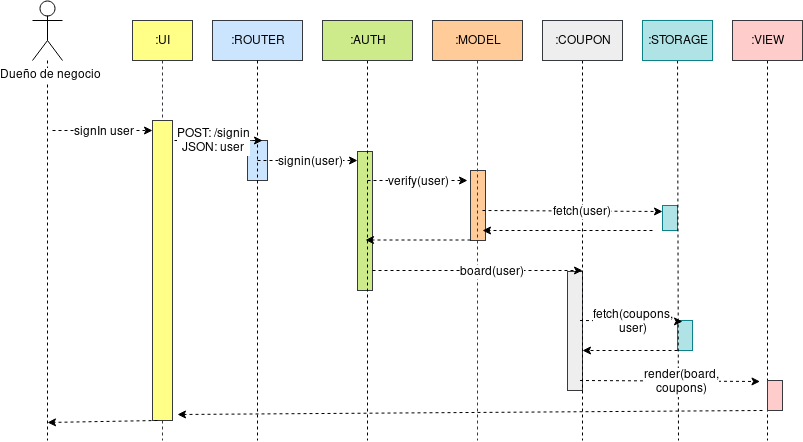
This is diagrams/Sequence-PostSignIn.png from cs2901/yape-bcp-project-yapepoints, a draw.io export, as it was before one commit. Source tidied: cells renumbered, new cells last; positions are measured from the earlier drawing's top-left corner, leaving out a move shared by most shapes. Its diagram source:
```xml
<mxGraphModel>
  <root>
    <mxCell id="0" />
    <mxCell id="1" parent="0" />
    <mxCell id="2" style="rounded=0;whiteSpace=wrap;html=1;fillColor=#eeeeee;strokeColor=#36393d;" parent="1" vertex="1">
      <mxGeometry x="535" y="271" width="15" height="119" as="geometry" />
    </mxCell>
    <mxCell id="3" style="rounded=0;whiteSpace=wrap;html=1;fillColor=#b0e3e6;strokeColor=#0e8088;" parent="1" vertex="1">
      <mxGeometry x="645" y="320" width="15" height="30" as="geometry" />
    </mxCell>
    <mxCell id="4" style="rounded=0;whiteSpace=wrap;html=1;fillColor=#b0e3e6;strokeColor=#0e8088;" parent="1" vertex="1">
      <mxGeometry x="630" y="205" width="15" height="25" as="geometry" />
    </mxCell>
    <mxCell id="5" style="rounded=0;whiteSpace=wrap;html=1;fillColor=#ffcc99;strokeColor=#36393d;" parent="1" vertex="1">
      <mxGeometry x="438" y="170" width="15" height="70" as="geometry" />
    </mxCell>
    <mxCell id="6" style="rounded=0;whiteSpace=wrap;html=1;fillColor=#cdeb8b;strokeColor=#36393d;" parent="1" vertex="1">
      <mxGeometry x="325" y="151" width="15" height="139" as="geometry" />
    </mxCell>
    <mxCell id="7" style="rounded=0;whiteSpace=wrap;html=1;fillColor=#cce5ff;strokeColor=#36393d;" parent="1" vertex="1">
      <mxGeometry x="215" y="140" width="20" height="40" as="geometry" />
    </mxCell>
    <mxCell id="8" style="edgeStyle=none;rounded=0;jettySize=auto;html=1;dashed=1;endArrow=none;endFill=0;" parent="1" edge="1" source="9">
      <mxGeometry relative="1" as="geometry">
        <mxPoint x="15" y="440" as="targetPoint" />
      </mxGeometry>
    </mxCell>
    <mxCell id="9" value="Dueño de negocio" style="shape=umlActor;verticalLabelPosition=bottom;labelBackgroundColor=#ffffff;verticalAlign=top;html=1;outlineConnect=0;" parent="1" vertex="1">
      <mxGeometry width="30" height="60" as="geometry" />
    </mxCell>
    <mxCell id="10" value=":UI" style="rounded=0;whiteSpace=wrap;html=1;fillColor=#ffff88;strokeColor=#36393d;" parent="1" vertex="1">
      <mxGeometry x="100" y="20" width="60" height="40" as="geometry" />
    </mxCell>
    <mxCell id="11" value=":ROUTER" style="rounded=0;whiteSpace=wrap;html=1;fillColor=#cce5ff;strokeColor=#36393d;" parent="1" vertex="1">
      <mxGeometry x="180" y="20" width="90" height="40" as="geometry" />
    </mxCell>
    <mxCell id="12" style="edgeStyle=none;rounded=0;jettySize=auto;html=1;dashed=1;endArrow=none;endFill=0;" parent="1" edge="1" source="13">
      <mxGeometry relative="1" as="geometry">
        <mxPoint x="335" y="440" as="targetPoint" />
      </mxGeometry>
    </mxCell>
    <mxCell id="13" value=":AUTH" style="rounded=0;whiteSpace=wrap;html=1;fillColor=#cdeb8b;strokeColor=#36393d;" parent="1" vertex="1">
      <mxGeometry x="290" y="20" width="90" height="40" as="geometry" />
    </mxCell>
    <mxCell id="14" style="edgeStyle=none;rounded=0;jettySize=auto;html=1;dashed=1;endArrow=none;endFill=0;fillColor=#ffcc99;strokeColor=#36393d;" parent="1" edge="1" source="15">
      <mxGeometry relative="1" as="geometry">
        <mxPoint x="445" y="440" as="targetPoint" />
      </mxGeometry>
    </mxCell>
    <mxCell id="15" value=":MODEL" style="rounded=0;whiteSpace=wrap;html=1;fillColor=#ffcc99;strokeColor=#36393d;" parent="1" vertex="1">
      <mxGeometry x="400" y="20" width="90" height="40" as="geometry" />
    </mxCell>
    <mxCell id="16" style="edgeStyle=none;rounded=0;jettySize=auto;html=1;dashed=1;endArrow=none;endFill=0;" parent="1" edge="1" source="17">
      <mxGeometry relative="1" as="geometry">
        <mxPoint x="550" y="440" as="targetPoint" />
      </mxGeometry>
    </mxCell>
    <mxCell id="17" value=":COUPON" style="rounded=0;whiteSpace=wrap;html=1;fillColor=#eeeeee;strokeColor=#36393d;" parent="1" vertex="1">
      <mxGeometry x="510" y="20" width="80" height="40" as="geometry" />
    </mxCell>
    <mxCell id="18" style="edgeStyle=none;rounded=0;jettySize=auto;html=1;dashed=1;endArrow=none;endFill=0;" parent="1" edge="1" source="19">
      <mxGeometry relative="1" as="geometry">
        <mxPoint x="646" y="440" as="targetPoint" />
      </mxGeometry>
    </mxCell>
    <mxCell id="19" value=":STORAGE" style="rounded=0;whiteSpace=wrap;html=1;fillColor=#b0e3e6;strokeColor=#0e8088;" parent="1" vertex="1">
      <mxGeometry x="610" y="20" width="70" height="40" as="geometry" />
    </mxCell>
    <mxCell id="20" style="endArrow=classic;html=1;dashed=1;" parent="1" edge="1">
      <mxGeometry relative="1" as="geometry">
        <mxPoint x="20" y="130" as="sourcePoint" />
        <mxPoint x="120" y="130" as="targetPoint" />
      </mxGeometry>
    </mxCell>
    <mxCell id="21" value="signIn user" style="text;html=1;align=center;verticalAlign=middle;labelBackgroundColor=#ffffff;" parent="20" vertex="1">
      <mxGeometry x="0.22" y="-1" relative="1" as="geometry">
        <mxPoint x="-11" y="-1" as="offset" />
      </mxGeometry>
    </mxCell>
    <mxCell id="22" style="endArrow=classic;html=1;dashed=1;" parent="1" edge="1">
      <mxGeometry relative="1" as="geometry">
        <mxPoint x="130" y="140" as="sourcePoint" />
        <mxPoint x="230" y="140" as="targetPoint" />
      </mxGeometry>
    </mxCell>
    <mxCell id="23" value="&lt;div&gt;POST: /signin&lt;/div&gt;&lt;div&gt;JSON: user&lt;br&gt;&lt;/div&gt;" style="text;html=1;align=center;verticalAlign=middle;labelBackgroundColor=#ffffff;" parent="22" vertex="1">
      <mxGeometry x="0.22" y="-1" relative="1" as="geometry">
        <mxPoint x="-11" y="-1" as="offset" />
      </mxGeometry>
    </mxCell>
    <mxCell id="24" style="endArrow=classic;html=1;dashed=1;" parent="1" edge="1">
      <mxGeometry relative="1" as="geometry">
        <mxPoint x="225" y="160" as="sourcePoint" />
        <mxPoint x="325" y="160" as="targetPoint" />
      </mxGeometry>
    </mxCell>
    <mxCell id="25" value="signin(user)" style="text;html=1;align=center;verticalAlign=middle;labelBackgroundColor=#ffffff;" parent="24" vertex="1">
      <mxGeometry x="0.22" y="-1" relative="1" as="geometry">
        <mxPoint x="-11" y="-1" as="offset" />
      </mxGeometry>
    </mxCell>
    <mxCell id="26" style="endArrow=classic;html=1;dashed=1;" parent="1" edge="1">
      <mxGeometry relative="1" as="geometry">
        <mxPoint x="335" y="180" as="sourcePoint" />
        <mxPoint x="435" y="180" as="targetPoint" />
      </mxGeometry>
    </mxCell>
    <mxCell id="27" value="verify(user)" style="text;html=1;align=center;verticalAlign=middle;labelBackgroundColor=#ffffff;" parent="26" vertex="1">
      <mxGeometry x="0.22" y="-1" relative="1" as="geometry">
        <mxPoint x="-11" y="-1" as="offset" />
      </mxGeometry>
    </mxCell>
    <mxCell id="28" style="endArrow=classic;html=1;dashed=1;entryX=0;entryY=0.25;entryDx=0;entryDy=0;" parent="1" edge="1" target="4">
      <mxGeometry relative="1" as="geometry">
        <mxPoint x="450" y="210" as="sourcePoint" />
      </mxGeometry>
    </mxCell>
    <mxCell id="29" value="fetch(user)" style="text;html=1;align=center;verticalAlign=middle;labelBackgroundColor=#ffffff;" parent="28" vertex="1">
      <mxGeometry x="0.22" y="-1" relative="1" as="geometry">
        <mxPoint x="-11" y="-1" as="offset" />
      </mxGeometry>
    </mxCell>
    <mxCell id="30" style="endArrow=classic;html=1;dashed=1;entryX=0.8;entryY=0.857;entryDx=0;entryDy=0;entryPerimeter=0;" parent="1" edge="1" target="5">
      <mxGeometry relative="1" as="geometry">
        <mxPoint x="620" y="230" as="sourcePoint" />
      </mxGeometry>
    </mxCell>
    <mxCell id="31" style="endArrow=classic;html=1;dashed=1;" parent="1" edge="1">
      <mxGeometry relative="1" as="geometry">
        <mxPoint x="438" y="239.5" as="sourcePoint" />
        <mxPoint x="333" y="239.5" as="targetPoint" />
      </mxGeometry>
    </mxCell>
    <mxCell id="32" style="edgeStyle=none;rounded=0;jettySize=auto;html=1;dashed=1;endArrow=none;endFill=0;" parent="1" edge="1" source="11">
      <mxGeometry relative="1" as="geometry">
        <mxPoint x="225" y="440" as="targetPoint" />
      </mxGeometry>
    </mxCell>
    <mxCell id="33" style="rounded=0;jettySize=auto;html=1;dashed=1;fillColor=#ffff88;strokeColor=#36393d;endArrow=none;endFill=0;" parent="1" edge="1" source="10">
      <mxGeometry relative="1" as="geometry">
        <mxPoint x="130" y="440" as="targetPoint" />
      </mxGeometry>
    </mxCell>
    <mxCell id="34" style="rounded=0;whiteSpace=wrap;html=1;fillColor=#ffff88;strokeColor=#36393d;" parent="1" vertex="1">
      <mxGeometry x="120" y="120" width="20" height="300" as="geometry" />
    </mxCell>
    <mxCell id="35" style="edgeStyle=orthogonalEdgeStyle;rounded=0;jettySize=auto;html=1;endArrow=none;endFill=0;dashed=1;" parent="1" edge="1" source="36">
      <mxGeometry relative="1" as="geometry">
        <mxPoint x="735" y="440" as="targetPoint" />
      </mxGeometry>
    </mxCell>
    <mxCell id="36" value=":VIEW" style="rounded=0;whiteSpace=wrap;html=1;fillColor=#ffcccc;strokeColor=#36393d;" parent="1" vertex="1">
      <mxGeometry x="700" y="20" width="70" height="40" as="geometry" />
    </mxCell>
    <mxCell id="37" style="endArrow=classic;html=1;dashed=1;" parent="1" edge="1">
      <mxGeometry relative="1" as="geometry">
        <mxPoint x="340" y="270" as="sourcePoint" />
        <mxPoint x="550" y="270" as="targetPoint" />
      </mxGeometry>
    </mxCell>
    <mxCell id="38" value="board(user)" style="text;html=1;align=center;verticalAlign=middle;labelBackgroundColor=#ffffff;" parent="37" vertex="1">
      <mxGeometry x="0.22" y="-1" relative="1" as="geometry">
        <mxPoint x="-11" y="-1" as="offset" />
      </mxGeometry>
    </mxCell>
    <mxCell id="39" style="endArrow=classic;html=1;dashed=1;" parent="1" edge="1">
      <mxGeometry relative="1" as="geometry">
        <mxPoint x="547.5" y="320" as="sourcePoint" />
        <mxPoint x="650" y="321" as="targetPoint" />
      </mxGeometry>
    </mxCell>
    <mxCell id="40" value="fetch(coupons,&lt;br&gt; user)" style="text;html=1;align=center;verticalAlign=middle;labelBackgroundColor=#ffffff;" parent="39" vertex="1">
      <mxGeometry x="0.22" y="-1" relative="1" as="geometry">
        <mxPoint x="-11" y="-1" as="offset" />
      </mxGeometry>
    </mxCell>
    <mxCell id="41" style="endArrow=classic;html=1;dashed=1;" parent="1" edge="1">
      <mxGeometry relative="1" as="geometry">
        <mxPoint x="645" y="350" as="sourcePoint" />
        <mxPoint x="550" y="350" as="targetPoint" />
      </mxGeometry>
    </mxCell>
    <mxCell id="42" style="endArrow=classic;html=1;dashed=1;entryX=0;entryY=0.25;entryDx=0;entryDy=0;" parent="1" edge="1">
      <mxGeometry relative="1" as="geometry">
        <mxPoint x="547.5" y="380" as="sourcePoint" />
        <mxPoint x="727.5" y="381" as="targetPoint" />
      </mxGeometry>
    </mxCell>
    <mxCell id="43" value="render(board,&lt;br&gt;coupons)" style="text;html=1;align=center;verticalAlign=middle;labelBackgroundColor=#ffffff;" parent="42" vertex="1">
      <mxGeometry x="0.22" y="-1" relative="1" as="geometry">
        <mxPoint x="-11" y="-1" as="offset" />
      </mxGeometry>
    </mxCell>
    <mxCell id="44" style="endArrow=classic;html=1;dashed=1;entryX=1.25;entryY=0.98;entryDx=0;entryDy=0;entryPerimeter=0;" parent="1" edge="1" target="34">
      <mxGeometry relative="1" as="geometry">
        <mxPoint x="730" y="410" as="sourcePoint" />
      </mxGeometry>
    </mxCell>
    <mxCell id="45" style="rounded=0;whiteSpace=wrap;html=1;fillColor=#ffcccc;strokeColor=#36393d;" parent="1" vertex="1">
      <mxGeometry x="735" y="380" width="15" height="30" as="geometry" />
    </mxCell>
    <mxCell id="46" style="endArrow=classic;html=1;dashed=1;entryX=1.25;entryY=0.98;entryDx=0;entryDy=0;entryPerimeter=0;exitX=0.25;exitY=1;exitDx=0;exitDy=0;" parent="1" edge="1" source="34">
      <mxGeometry relative="1" as="geometry">
        <mxPoint x="15" y="422" as="targetPoint" />
      </mxGeometry>
    </mxCell>
  </root>
</mxGraphModel>
```
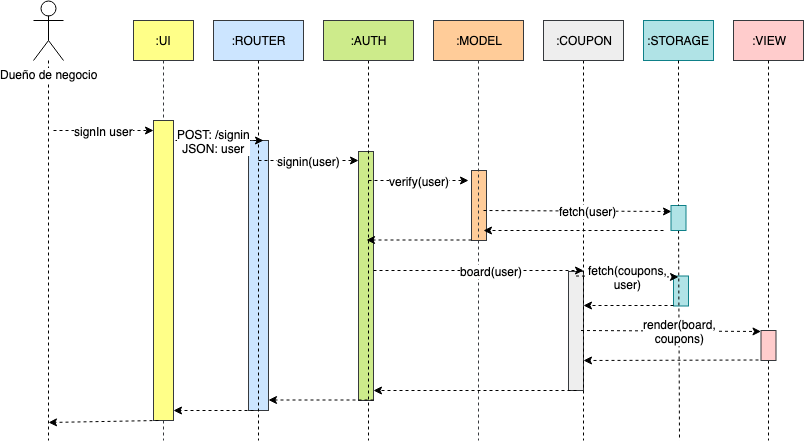
The same diagram one commit later.

Commit message:
Corrected sequence diagrams

Change to the diagram source:
```diff
@@ -6,19 +6,16 @@
       <mxGeometry x="535" y="271" width="15" height="119" as="geometry" />
     </mxCell>
     <mxCell id="3" style="rounded=0;whiteSpace=wrap;html=1;fillColor=#b0e3e6;strokeColor=#0e8088;" parent="1" vertex="1">
-      <mxGeometry x="645" y="320" width="15" height="30" as="geometry" />
+      <mxGeometry x="640" y="275.5" width="15" height="30" as="geometry" />
     </mxCell>
-    <mxCell id="4" style="rounded=0;whiteSpace=wrap;html=1;fillColor=#b0e3e6;strokeColor=#0e8088;" parent="1" vertex="1">
-      <mxGeometry x="630" y="205" width="15" height="25" as="geometry" />
-    </mxCell>
     <mxCell id="5" style="rounded=0;whiteSpace=wrap;html=1;fillColor=#ffcc99;strokeColor=#36393d;" parent="1" vertex="1">
       <mxGeometry x="438" y="170" width="15" height="70" as="geometry" />
     </mxCell>
     <mxCell id="6" style="rounded=0;whiteSpace=wrap;html=1;fillColor=#cdeb8b;strokeColor=#36393d;" parent="1" vertex="1">
-      <mxGeometry x="325" y="151" width="15" height="139" as="geometry" />
+      <mxGeometry x="325" y="151" width="15" height="249" as="geometry" />
     </mxCell>
     <mxCell id="7" style="rounded=0;whiteSpace=wrap;html=1;fillColor=#cce5ff;strokeColor=#36393d;" parent="1" vertex="1">
-      <mxGeometry x="215" y="140" width="20" height="40" as="geometry" />
+      <mxGeometry x="215" y="140" width="20" height="270" as="geometry" />
     </mxCell>
     <mxCell id="8" style="edgeStyle=none;rounded=0;jettySize=auto;html=1;dashed=1;endArrow=none;endFill=0;" parent="1" edge="1" source="9">
       <mxGeometry relative="1" as="geometry">
@@ -58,7 +55,7 @@
     <mxCell id="17" value=":COUPON" style="rounded=0;whiteSpace=wrap;html=1;fillColor=#eeeeee;strokeColor=#36393d;" parent="1" vertex="1">
       <mxGeometry x="510" y="20" width="80" height="40" as="geometry" />
     </mxCell>
-    <mxCell id="18" style="edgeStyle=none;rounded=0;jettySize=auto;html=1;dashed=1;endArrow=none;endFill=0;" parent="1" edge="1" source="19">
+    <mxCell id="18" style="edgeStyle=none;rounded=0;jettySize=auto;html=1;dashed=1;endArrow=none;endFill=0;" parent="1" edge="1" source="4">
       <mxGeometry relative="1" as="geometry">
         <mxPoint x="646" y="440" as="targetPoint" />
       </mxGeometry>
@@ -122,7 +119,7 @@
     </mxCell>
     <mxCell id="30" style="endArrow=classic;html=1;dashed=1;entryX=0.8;entryY=0.857;entryDx=0;entryDy=0;entryPerimeter=0;" parent="1" edge="1" target="5">
       <mxGeometry relative="1" as="geometry">
-        <mxPoint x="620" y="230" as="sourcePoint" />
+        <mxPoint x="630" y="230" as="sourcePoint" />
       </mxGeometry>
     </mxCell>
     <mxCell id="31" style="endArrow=classic;html=1;dashed=1;" parent="1" edge="1">
@@ -144,7 +141,7 @@
     <mxCell id="34" style="rounded=0;whiteSpace=wrap;html=1;fillColor=#ffff88;strokeColor=#36393d;" parent="1" vertex="1">
       <mxGeometry x="120" y="120" width="20" height="300" as="geometry" />
     </mxCell>
-    <mxCell id="35" style="edgeStyle=orthogonalEdgeStyle;rounded=0;jettySize=auto;html=1;endArrow=none;endFill=0;dashed=1;" parent="1" edge="1" source="36">
+    <mxCell id="35" style="edgeStyle=orthogonalEdgeStyle;rounded=0;jettySize=auto;html=1;endArrow=none;endFill=0;dashed=1;" parent="1" edge="1" source="45">
       <mxGeometry relative="1" as="geometry">
         <mxPoint x="735" y="440" as="targetPoint" />
       </mxGeometry>
@@ -165,8 +162,8 @@
     </mxCell>
     <mxCell id="39" style="endArrow=classic;html=1;dashed=1;" parent="1" edge="1">
       <mxGeometry relative="1" as="geometry">
-        <mxPoint x="547.5" y="320" as="sourcePoint" />
-        <mxPoint x="650" y="321" as="targetPoint" />
+        <mxPoint x="542.5" y="275.5" as="sourcePoint" />
+        <mxPoint x="645" y="276.5" as="targetPoint" />
       </mxGeometry>
     </mxCell>
     <mxCell id="40" value="fetch(coupons,&lt;br&gt; user)" style="text;html=1;align=center;verticalAlign=middle;labelBackgroundColor=#ffffff;" parent="39" vertex="1">
@@ -176,14 +173,14 @@
     </mxCell>
     <mxCell id="41" style="endArrow=classic;html=1;dashed=1;" parent="1" edge="1">
       <mxGeometry relative="1" as="geometry">
-        <mxPoint x="645" y="350" as="sourcePoint" />
-        <mxPoint x="550" y="350" as="targetPoint" />
+        <mxPoint x="725" y="359.5" as="sourcePoint" />
+        <mxPoint x="550" y="360" as="targetPoint" />
       </mxGeometry>
     </mxCell>
     <mxCell id="42" style="endArrow=classic;html=1;dashed=1;entryX=0;entryY=0.25;entryDx=0;entryDy=0;" parent="1" edge="1">
       <mxGeometry relative="1" as="geometry">
-        <mxPoint x="547.5" y="380" as="sourcePoint" />
-        <mxPoint x="727.5" y="381" as="targetPoint" />
+        <mxPoint x="547.5" y="330" as="sourcePoint" />
+        <mxPoint x="727.5" y="331" as="targetPoint" />
       </mxGeometry>
     </mxCell>
     <mxCell id="43" value="render(board,&lt;br&gt;coupons)" style="text;html=1;align=center;verticalAlign=middle;labelBackgroundColor=#ffffff;" parent="42" vertex="1">
@@ -191,18 +188,45 @@
         <mxPoint x="-11" y="-1" as="offset" />
       </mxGeometry>
     </mxCell>
-    <mxCell id="44" style="endArrow=classic;html=1;dashed=1;entryX=1.25;entryY=0.98;entryDx=0;entryDy=0;entryPerimeter=0;" parent="1" edge="1" target="34">
-      <mxGeometry relative="1" as="geometry">
-        <mxPoint x="730" y="410" as="sourcePoint" />
-      </mxGeometry>
-    </mxCell>
+    <mxCell id="46" style="endArrow=classic;html=1;dashed=1;entryX=1.25;entryY=0.98;entryDx=0;entryDy=0;entryPerimeter=0;exitX=0.25;exitY=1;exitDx=0;exitDy=0;" parent="1" edge="1" source="34">
+      <mxGeometry relative="1" as="geometry">
+        <mxPoint x="15" y="422" as="targetPoint" />
+      </mxGeometry>
+    </mxCell>
+    <mxCell id="4" style="rounded=0;whiteSpace=wrap;html=1;fillColor=#b0e3e6;strokeColor=#0e8088;" parent="1" vertex="1">
+      <mxGeometry x="637.5" y="205" width="15" height="25" as="geometry" />
+    </mxCell>
+    <mxCell id="47" style="edgeStyle=none;rounded=0;jettySize=auto;html=1;dashed=1;endArrow=none;endFill=0;" parent="1" edge="1" source="19" target="4">
+      <mxGeometry relative="1" as="geometry" />
+    </mxCell>
     <mxCell id="45" style="rounded=0;whiteSpace=wrap;html=1;fillColor=#ffcccc;strokeColor=#36393d;" parent="1" vertex="1">
-      <mxGeometry x="735" y="380" width="15" height="30" as="geometry" />
+      <mxGeometry x="727.5" y="330" width="15" height="30" as="geometry" />
     </mxCell>
-    <mxCell id="46" style="endArrow=classic;html=1;dashed=1;entryX=1.25;entryY=0.98;entryDx=0;entryDy=0;entryPerimeter=0;exitX=0.25;exitY=1;exitDx=0;exitDy=0;" parent="1" edge="1" source="34">
-      <mxGeometry relative="1" as="geometry">
-        <mxPoint x="15" y="422" as="targetPoint" />
-      </mxGeometry>
-    </mxCell>
+    <mxCell id="48" style="edgeStyle=orthogonalEdgeStyle;rounded=0;jettySize=auto;html=1;endArrow=none;endFill=0;dashed=1;" parent="1" edge="1" source="36" target="45">
+      <mxGeometry relative="1" as="geometry" />
+    </mxCell>
+    <mxCell id="49" style="endArrow=classic;html=1;dashed=1;exitX=0.5;exitY=1;exitDx=0;exitDy=0;" parent="1" edge="1" source="2">
+      <mxGeometry relative="1" as="geometry">
+        <mxPoint x="340" y="390" as="targetPoint" />
+      </mxGeometry>
+    </mxCell>
+    <mxCell id="50" style="endArrow=classic;html=1;dashed=1;" parent="1" edge="1">
+      <mxGeometry relative="1" as="geometry">
+        <mxPoint x="340" y="399.5" as="sourcePoint" />
+        <mxPoint x="235" y="399.5" as="targetPoint" />
+      </mxGeometry>
+    </mxCell>
+    <mxCell id="51" style="endArrow=classic;html=1;dashed=1;" parent="1" edge="1">
+      <mxGeometry relative="1" as="geometry">
+        <mxPoint x="220" y="410" as="sourcePoint" />
+        <mxPoint x="140" y="410" as="targetPoint" />
+      </mxGeometry>
+    </mxCell>
+    <mxCell id="52" style="endArrow=classic;html=1;dashed=1;" parent="1" edge="1">
+      <mxGeometry relative="1" as="geometry">
+        <mxPoint x="640" y="305" as="sourcePoint" />
+        <mxPoint x="550" y="305" as="targetPoint" />
+      </mxGeometry>
+    </mxCell>
   </root>
 </mxGraphModel>
```
